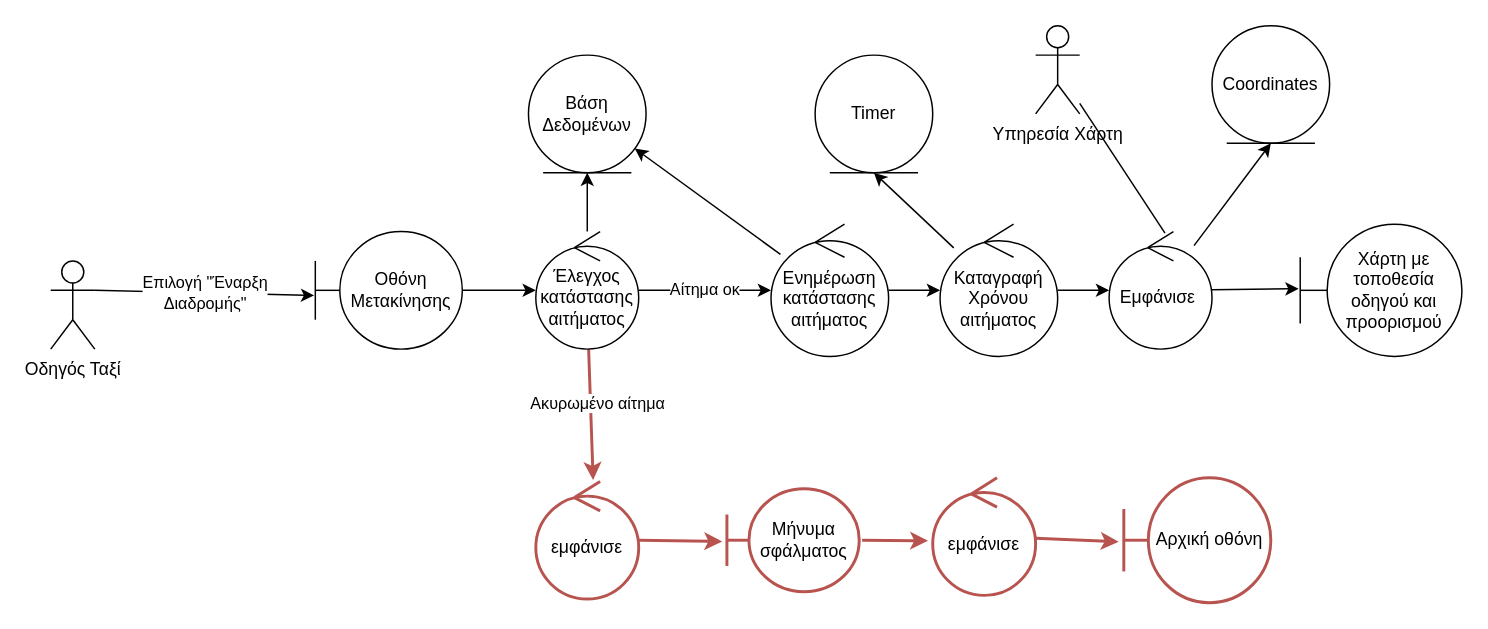
This is Part_2/Robustness/diagrams/09_Επιβίβαση_σε_Ταξί.drawio from Nikolis2002/texnoligia_logismikou, a draw.io file, before an edit. Source tidied: cells renumbered, new cells numbered last; positions are measured from the earlier drawing's top-left corner, leaving out a move shared by most shapes. Both pictures are drawn from the tidied source at 147%, with x=0, y=0 at pixel (50, 25).
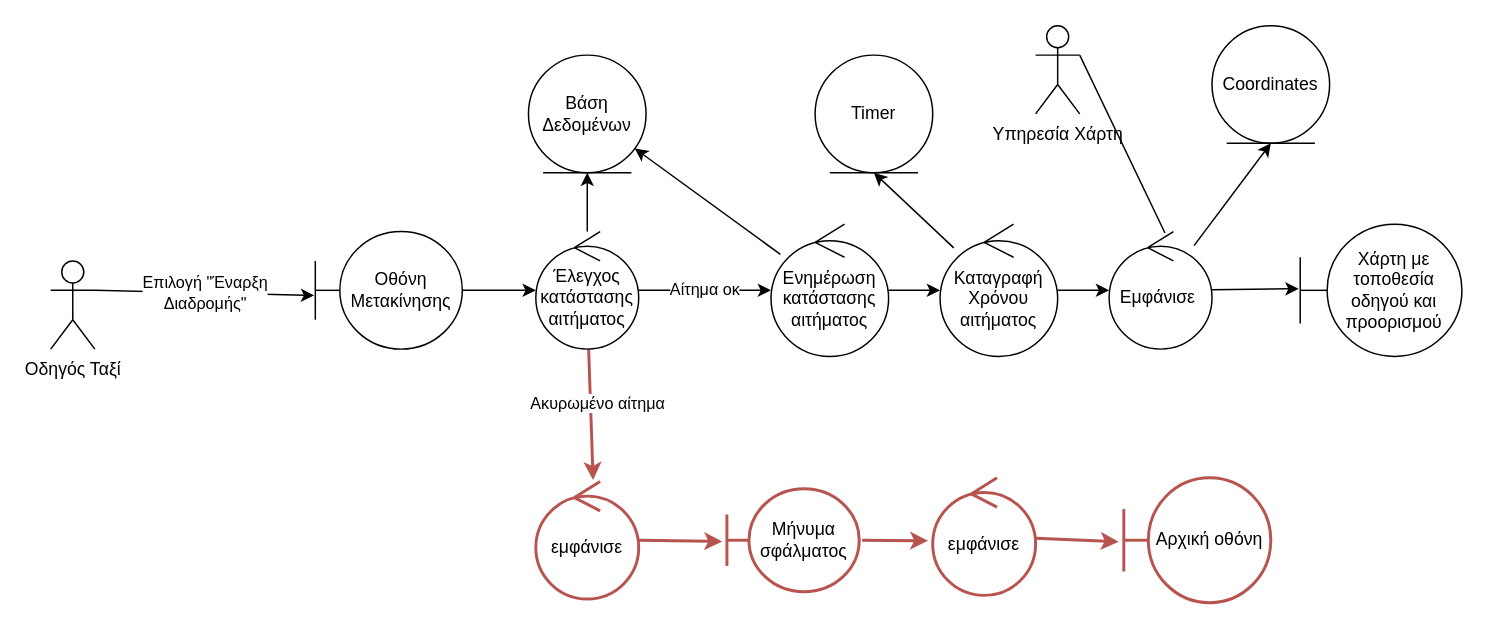
The same diagram, later.

Unchanged cells that the change refers to:
```xml
<mxCell id="17" value="Εμφάνισε&amp;nbsp;" style="ellipse;shape=umlControl;whiteSpace=wrap;html=1;" parent="1" vertex="1">
  <mxGeometry x="720" y="140" width="70" height="80" as="geometry" />
</mxCell>
<mxCell id="19" value="Υπηρεσία Χάρτη" style="shape=umlActor;verticalLabelPosition=bottom;verticalAlign=top;html=1;" parent="1" vertex="1">
  <mxGeometry x="670" width="30" height="60" as="geometry" />
</mxCell>
```

The edit, as a diff of the source:
```diff
@@
-    <mxCell id="18" style="edgeStyle=none;html=1;entryX=0.543;entryY=0.013;entryDx=0;entryDy=0;entryPerimeter=0;endArrow=none;endFill=0;" parent="1" edge="1" source="19" target="17">
+    <mxCell id="18" style="edgeStyle=none;html=1;entryX=0.543;entryY=0.013;entryDx=0;entryDy=0;entryPerimeter=0;endArrow=none;endFill=0;exitX=1;exitY=0.3333333333333333;exitDx=0;exitDy=0;exitPerimeter=0;" parent="1" edge="1" source="19" target="17">
       <mxGeometry relative="1" as="geometry" />
     </mxCell>
```
